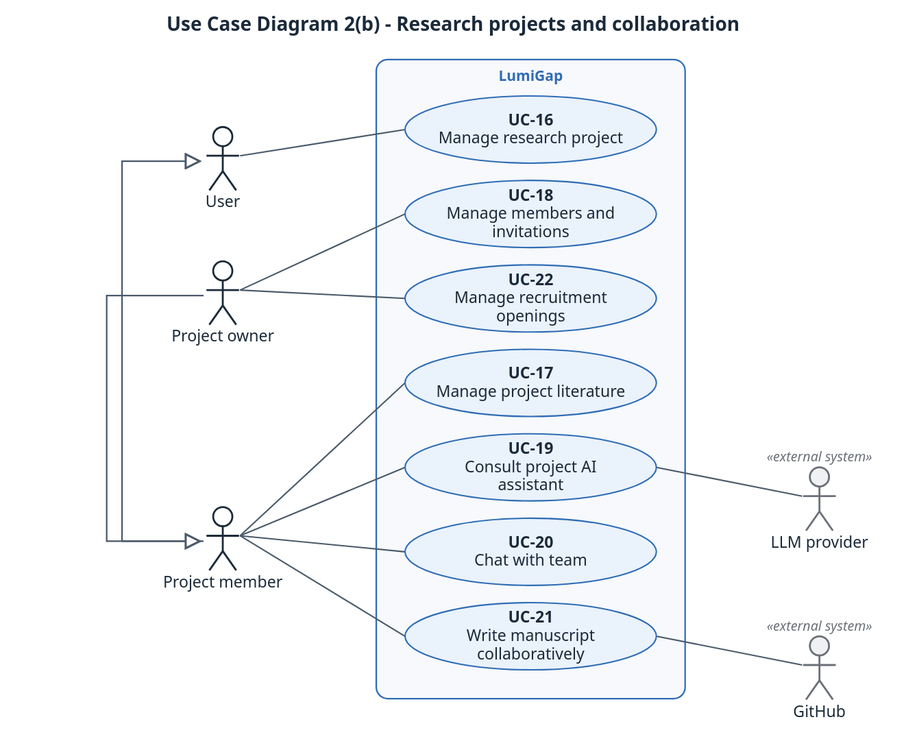
Before: docs/diagrams/report3/R3_UseCase_2b_Projects.svg, a diagram exported from PlantUML (Khoa-Hoa-Technology-Solution-Company/lumi-gap). Its source is kept beside it as docs/diagrams/report3/R3_UseCase_2b_Projects.puml.
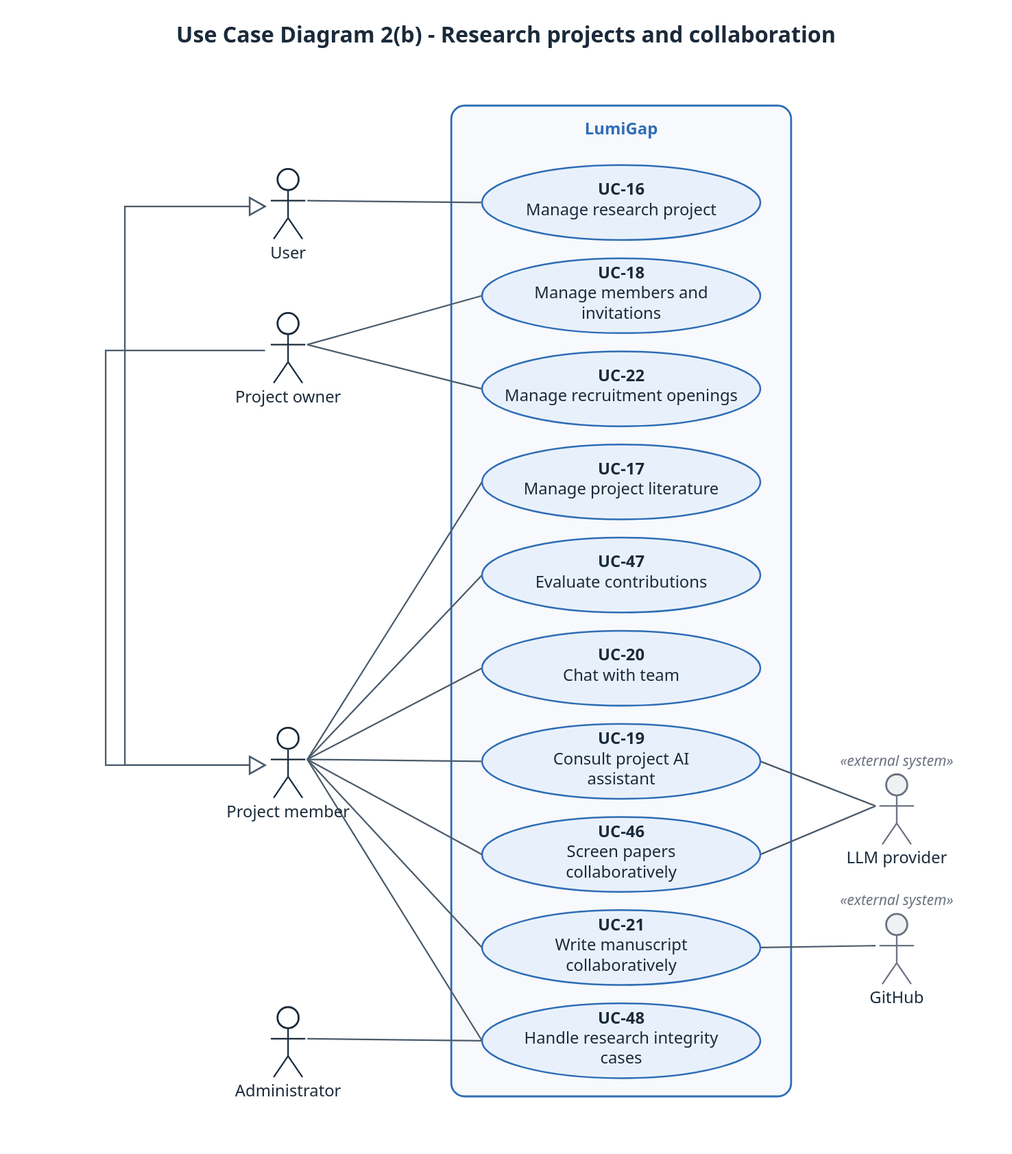
The same diagram one commit later.

The edit, as a diff of the source:
```diff
@@ -27,7 +27,6 @@
   BackgroundColor #F7F9FC
   BorderColor #2F6DB5
 }
-skinparam actorStyle awesome
 skinparam actor<<external system>> {
   BackgroundColor #F0F1F3
   BorderColor #8A8F98
@@ -39,6 +38,7 @@
 actor "Project owner" as PO
 actor "LLM provider" as LLM <<external system>>
 actor "GitHub" as GH <<external system>>
+actor "Administrator" as AD
 rectangle "LumiGap" {
   usecase "UC-16\nManage research project" as UC16
   usecase "UC-18\nManage members and invitations" as UC18
@@ -47,6 +47,9 @@
   usecase "UC-19\nConsult project AI assistant" as UC19
   usecase "UC-20\nChat with team" as UC20
   usecase "UC-21\nWrite manuscript collaboratively" as UC21
+  usecase "UC-46\nScreen papers collaboratively" as UC46
+  usecase "UC-47\nEvaluate contributions" as UC47
+  usecase "UC-48\nHandle research integrity cases" as UC48
 }
 PM --|> U
 PO --|> PM
@@ -59,4 +62,9 @@
 PM -- UC21
 UC19 -- LLM
 UC21 -- GH
+PM -- UC46
+PM -- UC47
+PM -- UC48
+UC46 -- LLM
+AD -- UC48
 @enduml
```
